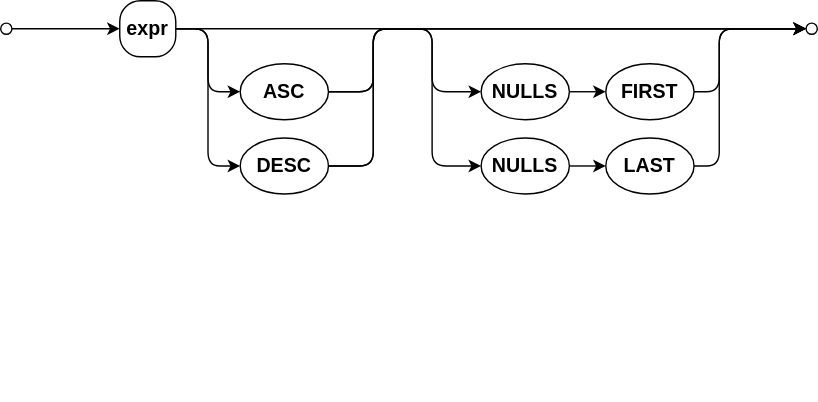
Above: assets/cxl/ordering-term.drawio.svg in capire/docs (draw.io), before the change. Source tidied: cells renumbered, new cells last; positions are measured from the earlier drawing's top-left corner, leaving out a move shared by most shapes. Its diagram source:
```xml
<mxGraphModel>
  <root>
    <mxCell id="0" />
    <mxCell id="1" parent="0" />
    <mxCell id="2" value="Best viewed with the &lt;a href=&quot;https://github.com/ariel-bentu/tam-drawio&quot;&gt;TAM plugin&lt;/a&gt;" style="text;html=1;shape=tamPluginMissing;" parent="1" vertex="1">
      <mxGeometry x="191.5" y="261" width="200" height="25" as="geometry" />
    </mxCell>
    <mxCell id="3" style="edgeStyle=none;html=1;" parent="1" edge="1" source="4" target="6">
      <mxGeometry relative="1" as="geometry" />
    </mxCell>
    <mxCell id="4" style="ellipse;whiteSpace=wrap;html=1;strokeWidth=1;fontSize=14;verticalAlign=middle;fontStyle=1;textDirection=ltr;" parent="1" vertex="1">
      <mxGeometry y="16" width="8" height="8" as="geometry" />
    </mxCell>
    <mxCell id="5" style="ellipse;whiteSpace=wrap;html=1;strokeWidth=1;fontSize=14;verticalAlign=middle;fontStyle=1;textDirection=ltr;" parent="1" vertex="1">
      <mxGeometry x="575" y="16" width="8" height="8" as="geometry" />
    </mxCell>
    <mxCell id="6" value="expr" style="rounded=1;strokeWidth=1;arcSize=37;textDirection=ltr;verticalAlign=middle;spacing=2;fontSize=14;fontStyle=1;horizontal=1;whiteSpace=wrap;html=1;labelBorderColor=none;textShadow=0;strokeColor=default;align=center;fontFamily=Helvetica;fontColor=default;fillColor=default;" parent="1" vertex="1">
      <mxGeometry x="85" width="40" height="40" as="geometry" />
    </mxCell>
    <mxCell id="7" value="ASC" style="ellipse;align=center;newEdgeStyle={&quot;edgeStyle&quot;:&quot;entityRelationEdgeStyle&quot;,&quot;startArrow&quot;:&quot;none&quot;,&quot;endArrow&quot;:&quot;none&quot;,&quot;segment&quot;:10,&quot;curved&quot;:1,&quot;sourcePerimeterSpacing&quot;:0,&quot;targetPerimeterSpacing&quot;:0};textDirection=ltr;verticalAlign=middle;spacing=2;strokeWidth=1;fontSize=14;fontStyle=1;horizontal=1;whiteSpace=wrap;html=1;labelBorderColor=none;textShadow=0;" parent="1" vertex="1">
      <mxGeometry x="171" y="45" width="63" height="40" as="geometry" />
    </mxCell>
    <mxCell id="8" value="DESC" style="ellipse;align=center;newEdgeStyle={&quot;edgeStyle&quot;:&quot;entityRelationEdgeStyle&quot;,&quot;startArrow&quot;:&quot;none&quot;,&quot;endArrow&quot;:&quot;none&quot;,&quot;segment&quot;:10,&quot;curved&quot;:1,&quot;sourcePerimeterSpacing&quot;:0,&quot;targetPerimeterSpacing&quot;:0};textDirection=ltr;verticalAlign=middle;spacing=2;strokeWidth=1;fontSize=14;fontStyle=1;horizontal=1;whiteSpace=wrap;html=1;labelBorderColor=none;textShadow=0;" parent="1" vertex="1">
      <mxGeometry x="171" y="98" width="63" height="40" as="geometry" />
    </mxCell>
    <mxCell id="9" value="NULLS" style="ellipse;align=center;newEdgeStyle={&quot;edgeStyle&quot;:&quot;entityRelationEdgeStyle&quot;,&quot;startArrow&quot;:&quot;none&quot;,&quot;endArrow&quot;:&quot;none&quot;,&quot;segment&quot;:10,&quot;curved&quot;:1,&quot;sourcePerimeterSpacing&quot;:0,&quot;targetPerimeterSpacing&quot;:0};textDirection=ltr;verticalAlign=middle;spacing=2;strokeWidth=1;fontSize=14;fontStyle=1;horizontal=1;whiteSpace=wrap;html=1;labelBorderColor=none;textShadow=0;" parent="1" vertex="1">
      <mxGeometry x="343" y="45" width="63" height="40" as="geometry" />
    </mxCell>
    <mxCell id="10" style="edgeStyle=orthogonalEdgeStyle;rounded=1;jettySize=auto;html=1;exitX=1;exitY=0.5;exitDx=0;exitDy=0;entryX=0;entryY=0.5;entryDx=0;entryDy=0;startArrow=none;startFill=0;endArrow=classic;endFill=1;startSize=6;endSize=6;align=center;fontSize=12;labelBackgroundColor=none;" parent="1" edge="1" source="6" target="5">
      <mxGeometry relative="1" as="geometry" />
    </mxCell>
    <mxCell id="11" style="edgeStyle=orthogonalEdgeStyle;rounded=1;jettySize=auto;html=1;exitX=1;exitY=0.5;exitDx=0;exitDy=0;entryX=0;entryY=0.5;entryDx=0;entryDy=0;startArrow=none;startFill=0;endArrow=classic;endFill=1;startSize=6;endSize=6;align=center;fontSize=12;labelBackgroundColor=none;" parent="1" edge="1" source="6" target="7">
      <mxGeometry relative="1" as="geometry" />
    </mxCell>
    <mxCell id="12" style="edgeStyle=orthogonalEdgeStyle;rounded=1;jettySize=auto;html=1;exitX=1;exitY=0.5;exitDx=0;exitDy=0;entryX=0;entryY=0.5;entryDx=0;entryDy=0;startArrow=none;startFill=0;endArrow=classic;endFill=1;startSize=6;endSize=6;align=center;fontSize=12;labelBackgroundColor=none;" parent="1" edge="1" source="6" target="8">
      <mxGeometry relative="1" as="geometry" />
    </mxCell>
    <mxCell id="13" style="edgeStyle=orthogonalEdgeStyle;rounded=1;jettySize=auto;html=1;exitX=1;exitY=0.5;exitDx=0;exitDy=0;entryX=0;entryY=0.5;entryDx=0;entryDy=0;startArrow=none;startFill=0;endArrow=classic;endFill=1;startSize=6;endSize=6;align=center;fontSize=12;labelBackgroundColor=none;" parent="1" edge="1" source="7" target="5">
      <mxGeometry relative="1" as="geometry">
        <Array as="points">
          <mxPoint x="266" y="65" />
          <mxPoint x="266" y="20" />
        </Array>
      </mxGeometry>
    </mxCell>
    <mxCell id="14" style="edgeStyle=orthogonalEdgeStyle;rounded=1;jettySize=auto;html=1;exitX=1;exitY=0.5;exitDx=0;exitDy=0;entryX=0;entryY=0.5;entryDx=0;entryDy=0;startArrow=none;startFill=0;endArrow=classic;endFill=1;startSize=6;endSize=6;align=center;fontSize=12;labelBackgroundColor=none;" parent="1" edge="1" source="8" target="5">
      <mxGeometry relative="1" as="geometry">
        <Array as="points">
          <mxPoint x="266" y="118" />
          <mxPoint x="266" y="20" />
        </Array>
      </mxGeometry>
    </mxCell>
    <mxCell id="15" style="edgeStyle=orthogonalEdgeStyle;rounded=1;jettySize=auto;html=1;exitX=1;exitY=0.5;exitDx=0;exitDy=0;entryX=0;entryY=0.5;entryDx=0;entryDy=0;startArrow=none;startFill=0;endArrow=classic;endFill=1;startSize=6;endSize=6;align=center;fontSize=12;labelBackgroundColor=none;" parent="1" edge="1" source="7" target="9">
      <mxGeometry relative="1" as="geometry">
        <Array as="points">
          <mxPoint x="266" y="65" />
          <mxPoint x="266" y="20" />
          <mxPoint x="308" y="20" />
        </Array>
      </mxGeometry>
    </mxCell>
    <mxCell id="16" value="NULLS" style="ellipse;align=center;newEdgeStyle={&quot;edgeStyle&quot;:&quot;entityRelationEdgeStyle&quot;,&quot;startArrow&quot;:&quot;none&quot;,&quot;endArrow&quot;:&quot;none&quot;,&quot;segment&quot;:10,&quot;curved&quot;:1,&quot;sourcePerimeterSpacing&quot;:0,&quot;targetPerimeterSpacing&quot;:0};textDirection=ltr;verticalAlign=middle;spacing=2;strokeWidth=1;fontSize=14;fontStyle=1;horizontal=1;whiteSpace=wrap;html=1;labelBorderColor=none;textShadow=0;" parent="1" vertex="1">
      <mxGeometry x="343" y="98" width="63" height="40" as="geometry" />
    </mxCell>
    <mxCell id="17" style="edgeStyle=orthogonalEdgeStyle;rounded=1;jettySize=auto;html=1;exitX=1;exitY=0.5;exitDx=0;exitDy=0;entryX=0;entryY=0.5;entryDx=0;entryDy=0;startArrow=none;startFill=0;endArrow=classic;endFill=1;startSize=6;endSize=6;align=center;fontSize=12;labelBackgroundColor=none;" parent="1" edge="1" source="8" target="16">
      <mxGeometry relative="1" as="geometry">
        <Array as="points">
          <mxPoint x="266" y="118" />
          <mxPoint x="266" y="20" />
          <mxPoint x="308" y="20" />
          <mxPoint x="308" y="118" />
        </Array>
      </mxGeometry>
    </mxCell>
    <mxCell id="18" value="FIRST" style="ellipse;align=center;newEdgeStyle={&quot;edgeStyle&quot;:&quot;entityRelationEdgeStyle&quot;,&quot;startArrow&quot;:&quot;none&quot;,&quot;endArrow&quot;:&quot;none&quot;,&quot;segment&quot;:10,&quot;curved&quot;:1,&quot;sourcePerimeterSpacing&quot;:0,&quot;targetPerimeterSpacing&quot;:0};textDirection=ltr;verticalAlign=middle;spacing=2;strokeWidth=1;fontSize=14;fontStyle=1;horizontal=1;whiteSpace=wrap;html=1;labelBorderColor=none;textShadow=0;" parent="1" vertex="1">
      <mxGeometry x="432" y="45" width="63" height="40" as="geometry" />
    </mxCell>
    <mxCell id="19" value="LAST" style="ellipse;align=center;newEdgeStyle={&quot;edgeStyle&quot;:&quot;entityRelationEdgeStyle&quot;,&quot;startArrow&quot;:&quot;none&quot;,&quot;endArrow&quot;:&quot;none&quot;,&quot;segment&quot;:10,&quot;curved&quot;:1,&quot;sourcePerimeterSpacing&quot;:0,&quot;targetPerimeterSpacing&quot;:0};textDirection=ltr;verticalAlign=middle;spacing=2;strokeWidth=1;fontSize=14;fontStyle=1;horizontal=1;whiteSpace=wrap;html=1;labelBorderColor=none;textShadow=0;" parent="1" vertex="1">
      <mxGeometry x="432" y="98" width="63" height="40" as="geometry" />
    </mxCell>
    <mxCell id="20" style="edgeStyle=orthogonalEdgeStyle;rounded=1;jettySize=auto;html=1;exitX=1;exitY=0.5;exitDx=0;exitDy=0;entryX=0;entryY=0.5;entryDx=0;entryDy=0;startArrow=none;startFill=0;endArrow=classic;endFill=1;startSize=6;endSize=6;align=center;fontSize=12;labelBackgroundColor=none;" parent="1" edge="1" source="9" target="18">
      <mxGeometry relative="1" as="geometry" />
    </mxCell>
    <mxCell id="21" style="edgeStyle=orthogonalEdgeStyle;rounded=1;jettySize=auto;html=1;exitX=1;exitY=0.5;exitDx=0;exitDy=0;entryX=0;entryY=0.5;entryDx=0;entryDy=0;startArrow=none;startFill=0;endArrow=classic;endFill=1;startSize=6;endSize=6;align=center;fontSize=12;labelBackgroundColor=none;" parent="1" edge="1" source="16" target="19">
      <mxGeometry relative="1" as="geometry" />
    </mxCell>
    <mxCell id="22" style="edgeStyle=orthogonalEdgeStyle;rounded=1;jettySize=auto;html=1;exitX=1;exitY=0.5;exitDx=0;exitDy=0;entryX=0;entryY=0.5;entryDx=0;entryDy=0;startArrow=none;startFill=0;endArrow=classic;endFill=1;startSize=6;endSize=6;align=center;fontSize=12;labelBackgroundColor=none;" parent="1" edge="1" source="18" target="5">
      <mxGeometry relative="1" as="geometry">
        <Array as="points">
          <mxPoint x="513" y="65" />
          <mxPoint x="513" y="20" />
        </Array>
      </mxGeometry>
    </mxCell>
    <mxCell id="23" style="edgeStyle=orthogonalEdgeStyle;rounded=1;jettySize=auto;html=1;exitX=1;exitY=0.5;exitDx=0;exitDy=0;entryX=0;entryY=0.5;entryDx=0;entryDy=0;startArrow=none;startFill=0;endArrow=classic;endFill=1;startSize=6;endSize=6;align=center;fontSize=12;labelBackgroundColor=none;" parent="1" edge="1" source="19" target="5">
      <mxGeometry relative="1" as="geometry">
        <Array as="points">
          <mxPoint x="513" y="118" />
          <mxPoint x="513" y="20" />
        </Array>
      </mxGeometry>
    </mxCell>
  </root>
</mxGraphModel>
```
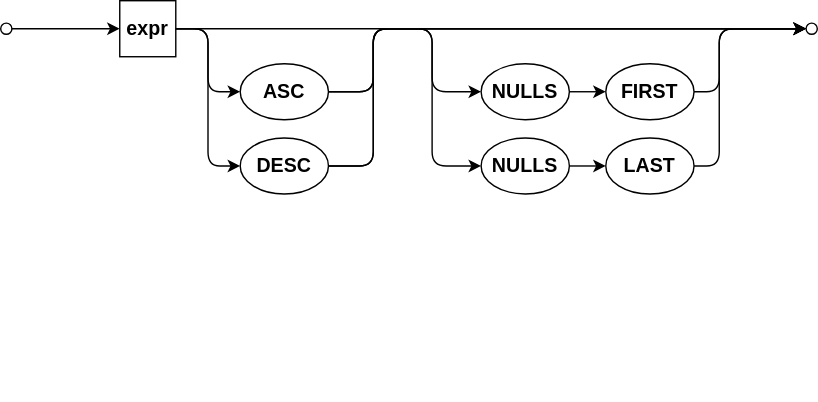
Later version of the same file.

What changed in the source:
```diff
@@ -14,7 +14,7 @@
     <mxCell id="5" style="ellipse;whiteSpace=wrap;html=1;strokeWidth=1;fontSize=14;verticalAlign=middle;fontStyle=1;textDirection=ltr;" parent="1" vertex="1">
       <mxGeometry x="575" y="16" width="8" height="8" as="geometry" />
     </mxCell>
-    <mxCell id="6" value="expr" style="rounded=1;strokeWidth=1;arcSize=37;textDirection=ltr;verticalAlign=middle;spacing=2;fontSize=14;fontStyle=1;horizontal=1;whiteSpace=wrap;html=1;labelBorderColor=none;textShadow=0;strokeColor=default;align=center;fontFamily=Helvetica;fontColor=default;fillColor=default;" parent="1" vertex="1">
+    <mxCell id="6" value="expr" style="rounded=0;strokeWidth=1;arcSize=37;textDirection=ltr;verticalAlign=middle;spacing=2;fontSize=14;fontStyle=1;horizontal=1;whiteSpace=wrap;html=1;labelBorderColor=none;textShadow=0;strokeColor=default;align=center;fontFamily=Helvetica;fontColor=default;fillColor=default;" parent="1" vertex="1">
       <mxGeometry x="85" width="40" height="40" as="geometry" />
     </mxCell>
     <mxCell id="7" value="ASC" style="ellipse;align=center;newEdgeStyle={&quot;edgeStyle&quot;:&quot;entityRelationEdgeStyle&quot;,&quot;startArrow&quot;:&quot;none&quot;,&quot;endArrow&quot;:&quot;none&quot;,&quot;segment&quot;:10,&quot;curved&quot;:1,&quot;sourcePerimeterSpacing&quot;:0,&quot;targetPerimeterSpacing&quot;:0};textDirection=ltr;verticalAlign=middle;spacing=2;strokeWidth=1;fontSize=14;fontStyle=1;horizontal=1;whiteSpace=wrap;html=1;labelBorderColor=none;textShadow=0;" parent="1" vertex="1">
```
